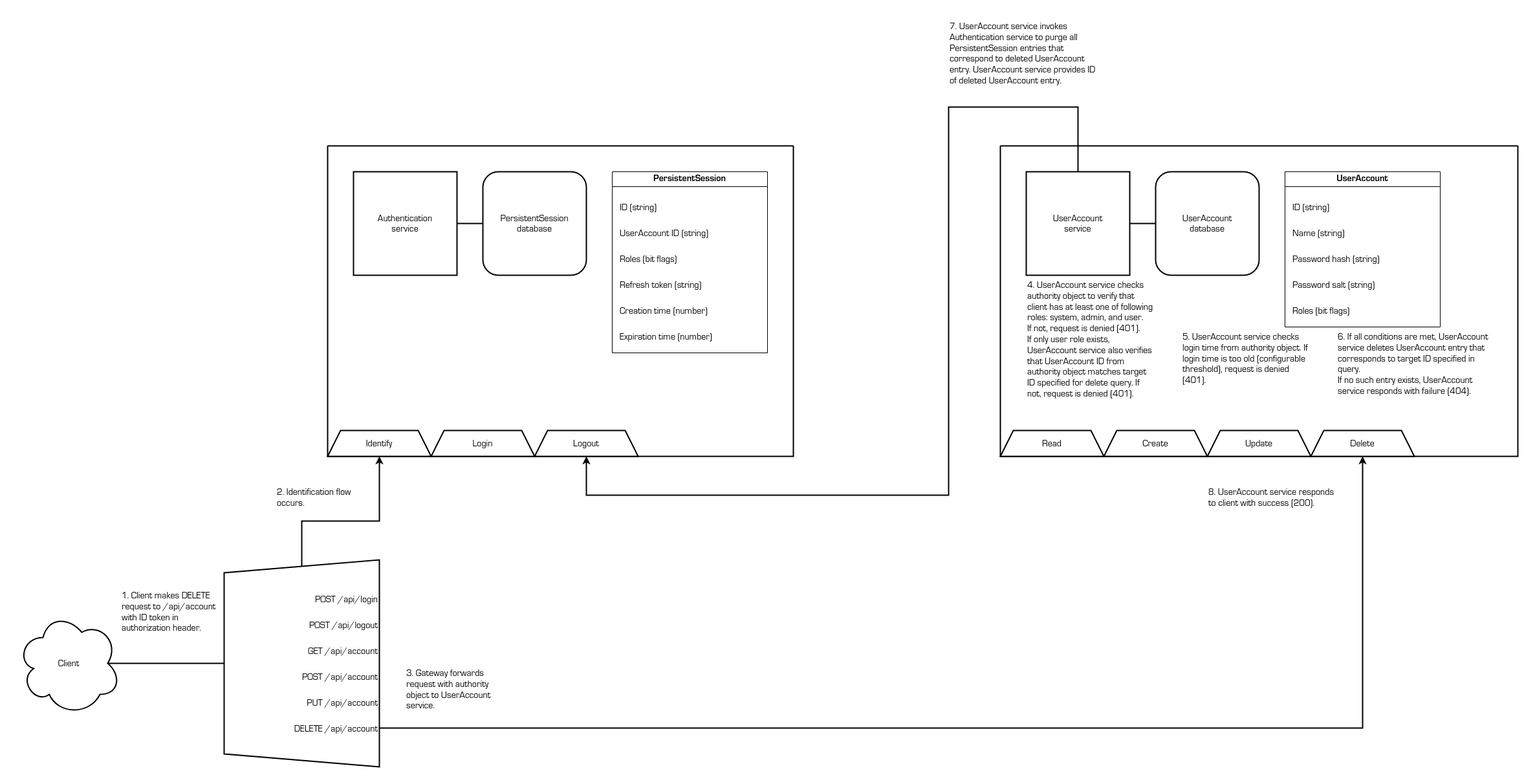
Above: docs/account-delete-flow.png in shinhugh/base (draw.io), before the change. Source tidied: cells renumbered, new cells last; positions are measured from the earlier drawing's top-left corner, leaving out a move shared by most shapes. Its diagram source:
```xml
<mxGraphModel>
  <root>
    <mxCell id="0" />
    <mxCell id="1" parent="0" />
    <mxCell id="2" style="swimlane;startSize=0;strokeWidth=2;" parent="1" vertex="1">
      <mxGeometry x="480" y="200" width="720" height="480" as="geometry" />
    </mxCell>
    <mxCell id="3" value="Authentication&#10;service" style="whiteSpace=wrap;strokeWidth=2;fontFamily=Lucida Console;fontSize=14;" parent="2" vertex="1">
      <mxGeometry x="40" y="40" width="160" height="160" as="geometry" />
    </mxCell>
    <mxCell id="4" value="PersistentSession&#10;database" style="rounded=1;whiteSpace=wrap;strokeWidth=2;fontFamily=Lucida Console;fontSize=14;" parent="2" vertex="1">
      <mxGeometry x="240" y="40" width="160" height="160" as="geometry" />
    </mxCell>
    <mxCell id="5" value="PersistentSession" style="swimlane;whiteSpace=wrap;fontFamily=Lucida Console;fontSize=14;" parent="2" vertex="1">
      <mxGeometry x="440" y="40" width="240" height="280" as="geometry" />
    </mxCell>
    <mxCell id="6" value="ID (string)" style="text;strokeColor=none;fillColor=none;align=left;verticalAlign=top;whiteSpace=wrap;rounded=0;fontFamily=Lucida Console;fontSize=14;" parent="5" vertex="1">
      <mxGeometry x="10" y="40" width="220" height="40" as="geometry" />
    </mxCell>
    <mxCell id="7" value="Creation time (number)" style="text;strokeColor=none;fillColor=none;align=left;verticalAlign=top;whiteSpace=wrap;rounded=0;fontFamily=Lucida Console;fontSize=14;" parent="5" vertex="1">
      <mxGeometry x="10" y="200" width="220" height="40" as="geometry" />
    </mxCell>
    <mxCell id="8" value="Expiration time (number)" style="text;strokeColor=none;fillColor=none;align=left;verticalAlign=top;whiteSpace=wrap;rounded=0;fontFamily=Lucida Console;fontSize=14;" parent="5" vertex="1">
      <mxGeometry x="10" y="240" width="220" height="40" as="geometry" />
    </mxCell>
    <mxCell id="9" value="UserAccount ID (string)" style="text;strokeColor=none;fillColor=none;align=left;verticalAlign=top;whiteSpace=wrap;rounded=0;fontFamily=Lucida Console;fontSize=14;" parent="5" vertex="1">
      <mxGeometry x="10" y="80" width="220" height="40" as="geometry" />
    </mxCell>
    <mxCell id="10" value="Refresh token (string)" style="text;strokeColor=none;fillColor=none;align=left;verticalAlign=top;whiteSpace=wrap;rounded=0;fontFamily=Lucida Console;fontSize=14;" parent="5" vertex="1">
      <mxGeometry x="10" y="160" width="220" height="40" as="geometry" />
    </mxCell>
    <mxCell id="11" value="Roles (bit flags)" style="text;strokeColor=none;fillColor=none;align=left;verticalAlign=top;whiteSpace=wrap;rounded=0;fontFamily=Lucida Console;fontSize=14;" parent="5" vertex="1">
      <mxGeometry x="10" y="120" width="220" height="40" as="geometry" />
    </mxCell>
    <mxCell id="12" value="Identify" style="shape=trapezoid;perimeter=trapezoidPerimeter;whiteSpace=wrap;fixedSize=1;strokeWidth=2;fontSize=14;fontFamily=Lucida Console;" parent="2" vertex="1">
      <mxGeometry y="440" width="160" height="40" as="geometry" />
    </mxCell>
    <mxCell id="13" value="Login" style="shape=trapezoid;perimeter=trapezoidPerimeter;whiteSpace=wrap;fixedSize=1;strokeWidth=2;fontSize=14;fontFamily=Lucida Console;" parent="2" vertex="1">
      <mxGeometry x="160" y="440" width="160" height="40" as="geometry" />
    </mxCell>
    <mxCell id="14" value="Logout" style="shape=trapezoid;perimeter=trapezoidPerimeter;whiteSpace=wrap;fixedSize=1;strokeWidth=2;fontSize=14;fontFamily=Lucida Console;" parent="2" vertex="1">
      <mxGeometry x="320" y="440" width="160" height="40" as="geometry" />
    </mxCell>
    <mxCell id="15" style="endArrow=none;html=1;rounded=0;strokeWidth=2;entryX=1;entryY=0.5;entryDx=0;entryDy=0;exitX=0;exitY=0.5;exitDx=0;exitDy=0;" parent="2" edge="1" source="4" target="3">
      <mxGeometry relative="1" as="geometry" />
    </mxCell>
    <mxCell id="16" style="swimlane;startSize=0;strokeWidth=2;" parent="1" vertex="1">
      <mxGeometry x="1520" y="200" width="800" height="480" as="geometry" />
    </mxCell>
    <mxCell id="17" value="UserAccount&#10;service" style="whiteSpace=wrap;strokeWidth=2;fontFamily=Lucida Console;fontSize=14;" parent="16" vertex="1">
      <mxGeometry x="40" y="40" width="160" height="160" as="geometry" />
    </mxCell>
    <mxCell id="18" value="UserAccount&#10;database" style="rounded=1;whiteSpace=wrap;strokeWidth=2;fontFamily=Lucida Console;fontSize=14;" parent="16" vertex="1">
      <mxGeometry x="240" y="40" width="160" height="160" as="geometry" />
    </mxCell>
    <mxCell id="19" value="UserAccount" style="swimlane;whiteSpace=wrap;fontFamily=Lucida Console;fontSize=14;" parent="16" vertex="1">
      <mxGeometry x="440" y="40" width="240" height="240" as="geometry" />
    </mxCell>
    <mxCell id="20" value="ID (string)" style="text;strokeColor=none;fillColor=none;align=left;verticalAlign=top;whiteSpace=wrap;rounded=0;fontFamily=Lucida Console;fontSize=14;" parent="19" vertex="1">
      <mxGeometry x="10" y="40" width="220" height="40" as="geometry" />
    </mxCell>
    <mxCell id="21" value="Password salt (string)" style="text;strokeColor=none;fillColor=none;align=left;verticalAlign=top;whiteSpace=wrap;rounded=0;fontFamily=Lucida Console;fontSize=14;" parent="19" vertex="1">
      <mxGeometry x="10" y="160" width="220" height="40" as="geometry" />
    </mxCell>
    <mxCell id="22" value="Name (string)" style="text;strokeColor=none;fillColor=none;align=left;verticalAlign=top;whiteSpace=wrap;rounded=0;fontFamily=Lucida Console;fontSize=14;" parent="19" vertex="1">
      <mxGeometry x="10" y="80" width="220" height="40" as="geometry" />
    </mxCell>
    <mxCell id="23" value="Password hash (string)" style="text;strokeColor=none;fillColor=none;align=left;verticalAlign=top;whiteSpace=wrap;rounded=0;fontFamily=Lucida Console;fontSize=14;" parent="19" vertex="1">
      <mxGeometry x="10" y="120" width="220" height="40" as="geometry" />
    </mxCell>
    <mxCell id="24" value="Roles (bit flags)" style="text;strokeColor=none;fillColor=none;align=left;verticalAlign=top;whiteSpace=wrap;rounded=0;fontFamily=Lucida Console;fontSize=14;" parent="19" vertex="1">
      <mxGeometry x="10" y="200" width="220" height="40" as="geometry" />
    </mxCell>
    <mxCell id="25" style="endArrow=none;html=1;rounded=0;exitX=1;exitY=0.5;exitDx=0;exitDy=0;entryX=0;entryY=0.5;entryDx=0;entryDy=0;strokeWidth=2;" parent="16" edge="1" source="17" target="18">
      <mxGeometry relative="1" as="geometry" />
    </mxCell>
    <mxCell id="26" value="Create" style="shape=trapezoid;perimeter=trapezoidPerimeter;whiteSpace=wrap;fixedSize=1;strokeWidth=2;fontSize=14;fontFamily=Lucida Console;" parent="16" vertex="1">
      <mxGeometry x="160" y="440" width="160" height="40" as="geometry" />
    </mxCell>
    <mxCell id="27" value="Read" style="shape=trapezoid;perimeter=trapezoidPerimeter;whiteSpace=wrap;fixedSize=1;strokeWidth=2;fontSize=14;fontFamily=Lucida Console;" parent="16" vertex="1">
      <mxGeometry y="440" width="160" height="40" as="geometry" />
    </mxCell>
    <mxCell id="28" value="Update" style="shape=trapezoid;perimeter=trapezoidPerimeter;whiteSpace=wrap;fixedSize=1;strokeWidth=2;fontSize=14;fontFamily=Lucida Console;" parent="16" vertex="1">
      <mxGeometry x="320" y="440" width="160" height="40" as="geometry" />
    </mxCell>
    <mxCell id="29" value="Delete" style="shape=trapezoid;perimeter=trapezoidPerimeter;whiteSpace=wrap;fixedSize=1;strokeWidth=2;fontSize=14;fontFamily=Lucida Console;" parent="16" vertex="1">
      <mxGeometry x="480" y="440" width="160" height="40" as="geometry" />
    </mxCell>
    <mxCell id="30" value="4. UserAccount service checks authority object to verify that client has at least one of following roles: system, admin, and user.&#10;If not, request is denied (401).&#10;If only user role exists, UserAccount service also verifies that UserAccount ID from authority object matches target ID specified for delete query. If not, request is denied (401)." style="text;strokeColor=none;fillColor=none;align=left;verticalAlign=top;rounded=0;fontSize=14;fontFamily=Lucida Console;whiteSpace=wrap;" parent="16" vertex="1">
      <mxGeometry x="40" y="200" width="200" height="240" as="geometry" />
    </mxCell>
    <mxCell id="31" value="6. If all conditions are met, UserAccount service deletes UserAccount entry that corresponds to target ID specified in query.&#10;If no such entry exists, UserAccount service responds with failure (404)." style="text;strokeColor=none;fillColor=none;align=left;verticalAlign=top;rounded=0;fontSize=14;fontFamily=Lucida Console;whiteSpace=wrap;" parent="16" vertex="1">
      <mxGeometry x="520" y="280" width="240" height="120" as="geometry" />
    </mxCell>
    <mxCell id="32" value="5. UserAccount service checks login time from authority object. If login time is too old (configurable threshold), request is denied (401)." style="text;strokeColor=none;fillColor=none;align=left;verticalAlign=top;rounded=0;fontSize=14;fontFamily=Lucida Console;whiteSpace=wrap;" parent="16" vertex="1">
      <mxGeometry x="280" y="280" width="200" height="120" as="geometry" />
    </mxCell>
    <mxCell id="33" style="endArrow=classic;html=1;rounded=0;endFill=1;strokeWidth=2;exitX=1;exitY=0.5;exitDx=0;exitDy=0;entryX=0.5;entryY=1;entryDx=0;entryDy=0;" parent="1" edge="1" source="41" target="29">
      <mxGeometry relative="1" as="geometry">
        <Array as="points">
          <mxPoint x="2080" y="1100" />
        </Array>
      </mxGeometry>
    </mxCell>
    <mxCell id="34" style="group;" parent="1" vertex="1">
      <mxGeometry x="320" y="840" width="240" height="320" as="geometry" />
    </mxCell>
    <mxCell id="35" style="shape=trapezoid;perimeter=trapezoidPerimeter;whiteSpace=wrap;html=1;fixedSize=1;direction=north;strokeWidth=2;" parent="34" vertex="1">
      <mxGeometry width="240" height="320" as="geometry" />
    </mxCell>
    <mxCell id="36" value="POST /api/login" style="text;strokeColor=none;fillColor=none;align=right;verticalAlign=middle;rounded=0;fontSize=14;fontFamily=Lucida Console;" parent="34" vertex="1">
      <mxGeometry y="40" width="240" height="40" as="geometry" />
    </mxCell>
    <mxCell id="37" value="POST /api/logout" style="text;strokeColor=none;fillColor=none;align=right;verticalAlign=middle;rounded=0;fontSize=14;fontFamily=Lucida Console;" parent="34" vertex="1">
      <mxGeometry y="80" width="240" height="40" as="geometry" />
    </mxCell>
    <mxCell id="38" value="POST /api/account" style="text;strokeColor=none;fillColor=none;align=right;verticalAlign=middle;rounded=0;fontSize=14;fontFamily=Lucida Console;" parent="34" vertex="1">
      <mxGeometry y="160" width="240" height="40" as="geometry" />
    </mxCell>
    <mxCell id="39" value="GET /api/account" style="text;strokeColor=none;fillColor=none;align=right;verticalAlign=middle;rounded=0;fontSize=14;fontFamily=Lucida Console;" parent="34" vertex="1">
      <mxGeometry y="120" width="240" height="40" as="geometry" />
    </mxCell>
    <mxCell id="40" value="PUT /api/account" style="text;strokeColor=none;fillColor=none;align=right;verticalAlign=middle;rounded=0;fontSize=14;fontFamily=Lucida Console;" parent="34" vertex="1">
      <mxGeometry y="200" width="240" height="40" as="geometry" />
    </mxCell>
    <mxCell id="41" value="DELETE /api/account" style="text;strokeColor=none;fillColor=none;align=right;verticalAlign=middle;rounded=0;fontSize=14;fontFamily=Lucida Console;" parent="34" vertex="1">
      <mxGeometry y="240" width="240" height="40" as="geometry" />
    </mxCell>
    <mxCell id="42" style="endArrow=classic;html=1;rounded=0;endFill=1;strokeWidth=2;exitX=1;exitY=0.5;exitDx=0;exitDy=0;entryX=0.5;entryY=1;entryDx=0;entryDy=0;" parent="1" edge="1" source="35" target="12">
      <mxGeometry relative="1" as="geometry">
        <Array as="points">
          <mxPoint x="440" y="780" />
          <mxPoint x="560" y="780" />
        </Array>
      </mxGeometry>
    </mxCell>
    <mxCell id="43" value="Client" style="ellipse;shape=cloud;whiteSpace=wrap;strokeWidth=2;fontFamily=Lucida Console;fontSize=14;" parent="1" vertex="1">
      <mxGeometry y="920" width="160" height="160" as="geometry" />
    </mxCell>
    <mxCell id="44" style="endArrow=none;html=1;rounded=0;exitX=0.875;exitY=0.5;exitDx=0;exitDy=0;exitPerimeter=0;strokeWidth=2;entryX=0.5;entryY=0;entryDx=0;entryDy=0;" parent="1" edge="1" source="43" target="35">
      <mxGeometry relative="1" as="geometry" />
    </mxCell>
    <mxCell id="45" style="endArrow=classic;html=1;rounded=0;entryX=0.5;entryY=1;entryDx=0;entryDy=0;exitX=0.5;exitY=0;exitDx=0;exitDy=0;strokeWidth=2;" parent="1" edge="1" source="17" target="14">
      <mxGeometry relative="1" as="geometry">
        <Array as="points">
          <mxPoint x="1640" y="140" />
          <mxPoint x="1440" y="140" />
          <mxPoint x="1440" y="740" />
          <mxPoint x="880" y="740" />
        </Array>
      </mxGeometry>
    </mxCell>
    <mxCell id="46" value="2. Identification flow occurs." style="text;strokeColor=none;fillColor=none;align=left;verticalAlign=top;rounded=0;fontSize=14;fontFamily=Lucida Console;whiteSpace=wrap;" parent="1" vertex="1">
      <mxGeometry x="400" y="720" width="160" height="40" as="geometry" />
    </mxCell>
    <mxCell id="47" value="1. Client makes DELETE request to /api/account with ID token in authorization header." style="text;strokeColor=none;fillColor=none;align=left;verticalAlign=top;rounded=0;fontSize=14;fontFamily=Lucida Console;whiteSpace=wrap;" parent="1" vertex="1">
      <mxGeometry x="160" y="880" width="160" height="80" as="geometry" />
    </mxCell>
    <mxCell id="48" value="3. Gateway forwards request with authority object to UserAccount service." style="text;strokeColor=none;fillColor=none;align=left;verticalAlign=top;rounded=0;fontSize=14;fontFamily=Lucida Console;whiteSpace=wrap;" parent="1" vertex="1">
      <mxGeometry x="600" y="1000" width="160" height="80" as="geometry" />
    </mxCell>
    <mxCell id="49" value="7. UserAccount service invokes Authentication service to purge all PersistentSession entries that correspond to deleted UserAccount entry. UserAccount service provides ID of deleted UserAccount entry." style="text;strokeColor=none;fillColor=none;align=left;verticalAlign=top;rounded=0;fontSize=14;fontFamily=Lucida Console;whiteSpace=wrap;" parent="1" vertex="1">
      <mxGeometry x="1440" width="240" height="120" as="geometry" />
    </mxCell>
    <mxCell id="50" value="8. UserAccount service responds to client with success (200)." style="text;strokeColor=none;fillColor=none;align=left;verticalAlign=top;rounded=0;fontSize=14;fontFamily=Lucida Console;whiteSpace=wrap;" parent="1" vertex="1">
      <mxGeometry x="1840" y="720" width="200" height="40" as="geometry" />
    </mxCell>
  </root>
</mxGraphModel>
```
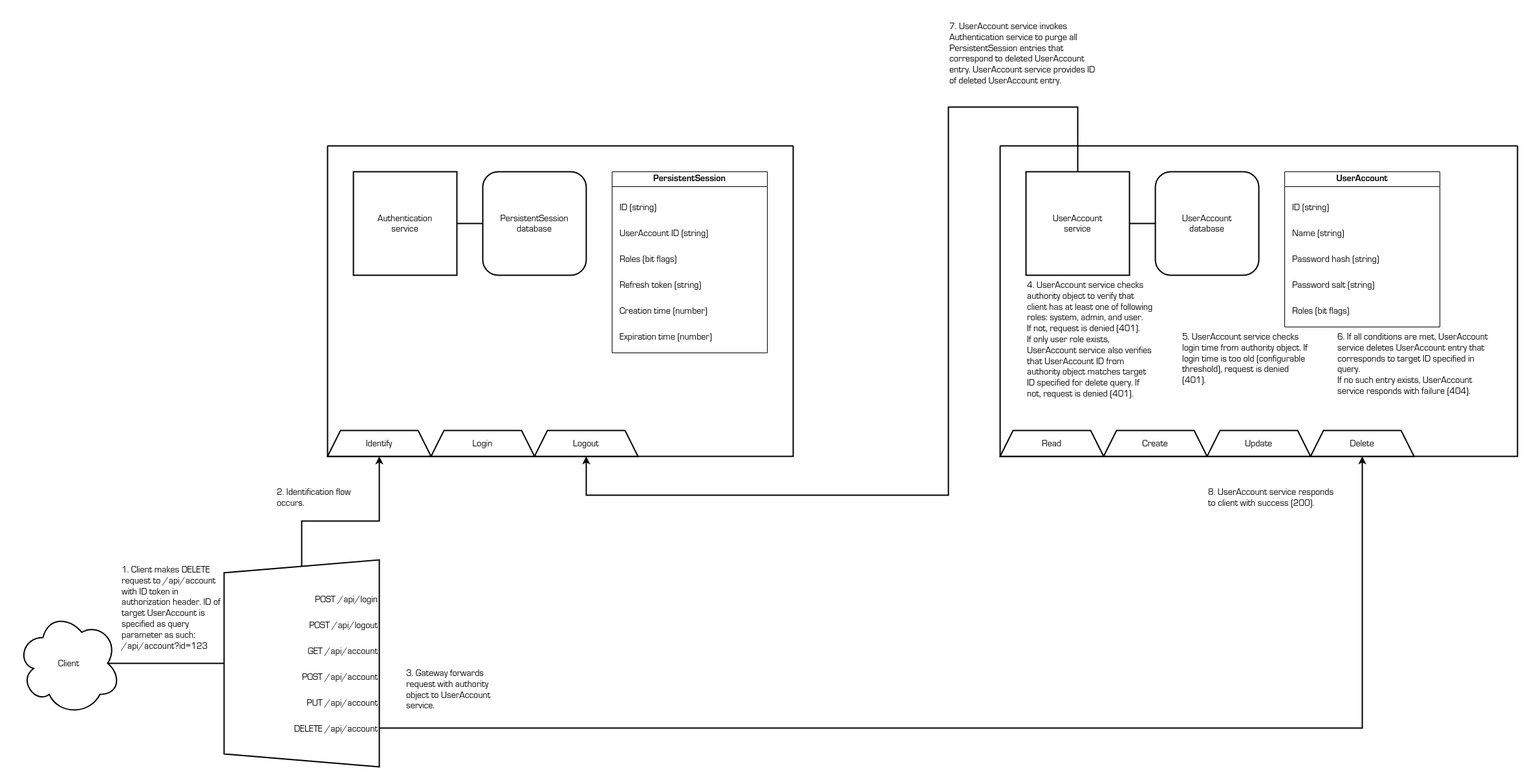
The same file after the commit.

Commit message:
Update account delete flow diagram

The edit, as a diff of the source:
```diff
@@ -153,8 +153,8 @@
     <mxCell id="46" value="2. Identification flow occurs." style="text;strokeColor=none;fillColor=none;align=left;verticalAlign=top;rounded=0;fontSize=14;fontFamily=Lucida Console;whiteSpace=wrap;" parent="1" vertex="1">
       <mxGeometry x="400" y="720" width="160" height="40" as="geometry" />
     </mxCell>
-    <mxCell id="47" value="1. Client makes DELETE request to /api/account with ID token in authorization header." style="text;strokeColor=none;fillColor=none;align=left;verticalAlign=top;rounded=0;fontSize=14;fontFamily=Lucida Console;whiteSpace=wrap;" parent="1" vertex="1">
-      <mxGeometry x="160" y="880" width="160" height="80" as="geometry" />
+    <mxCell id="47" value="1. Client makes DELETE request to /api/account with ID token in authorization header. ID of target UserAccount is specified as query parameter as such:&#10;/api/account?id=123&#10;" style="text;strokeColor=none;fillColor=none;align=left;verticalAlign=top;rounded=0;fontSize=14;fontFamily=Lucida Console;whiteSpace=wrap;" parent="1" vertex="1">
+      <mxGeometry x="160" y="840" width="160" height="160" as="geometry" />
     </mxCell>
     <mxCell id="48" value="3. Gateway forwards request with authority object to UserAccount service." style="text;strokeColor=none;fillColor=none;align=left;verticalAlign=top;rounded=0;fontSize=14;fontFamily=Lucida Console;whiteSpace=wrap;" parent="1" vertex="1">
       <mxGeometry x="600" y="1000" width="160" height="80" as="geometry" />
```
